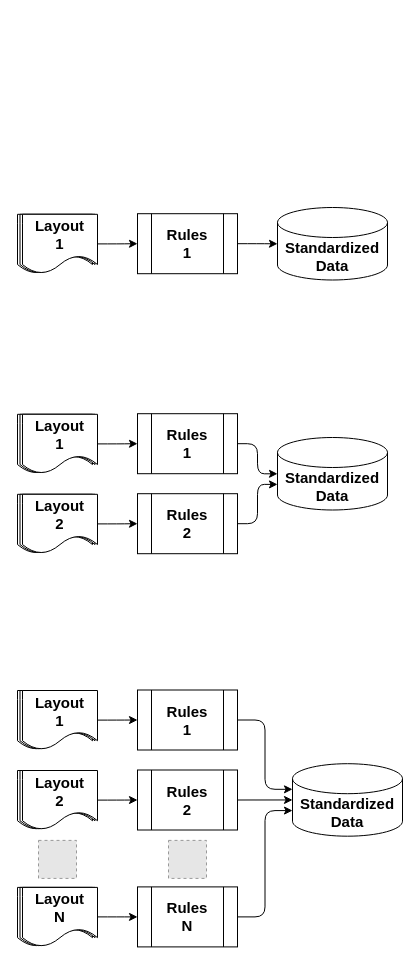
Before: page "Page-9" (9 of 9) of Images/OCR_Flow.drawio in amajor/research-in-cs-course-project, a draw.io diagram. Source tidied: cells renumbered, new cells numbered last; positions are measured from the earlier drawing's top-left corner, leaving out a move shared by most shapes. Both pictures are drawn from the tidied source at 100%, with x=0, y=0 at pixel (17, 207). Pictures stored in the file or linked from it are replaced by grey dashed boxes.
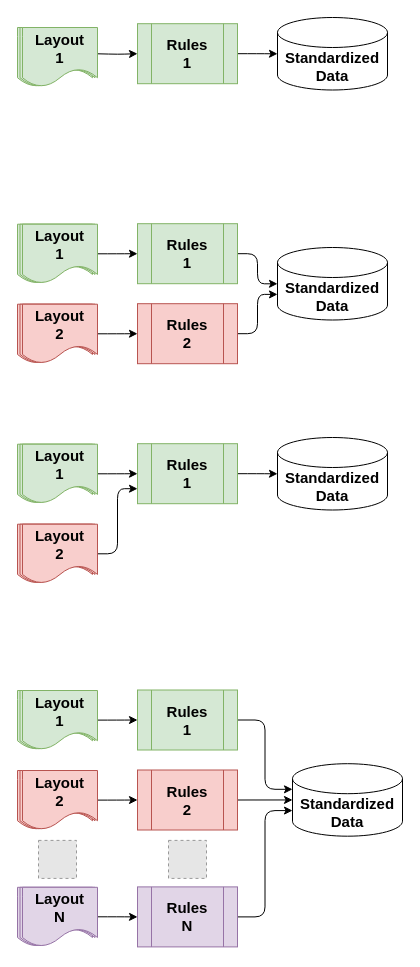
Above is the later version.

Change to the diagram source:
```diff
@@
-    <mxCell id="2" style="group;" parent="1" vertex="1">
-      <mxGeometry y="3.8" width="80" height="65" as="geometry" />
-    </mxCell>
-    <mxCell id="3" style="shape=document;whiteSpace=wrap;html=1;boundedLbl=1;" parent="2" vertex="1">
-      <mxGeometry y="3" width="75" height="59.1" as="geometry" />
-    </mxCell>
-    <mxCell id="4" style="shape=document;whiteSpace=wrap;html=1;boundedLbl=1;" parent="2" vertex="1">
-      <mxGeometry x="2.5" y="3" width="75" height="59.1" as="geometry" />
-    </mxCell>
-    <mxCell id="5" value="&lt;b style=&quot;font-size: 15px&quot;&gt;Layout&lt;br&gt;1&lt;/b&gt;" style="shape=document;whiteSpace=wrap;html=1;boundedLbl=1;" parent="2" vertex="1">
-      <mxGeometry x="5" y="3" width="75" height="59.1" as="geometry" />
-    </mxCell>
@@
-    <mxCell id="7" value="&lt;font style=&quot;font-size: 15px&quot;&gt;&lt;b&gt;Rules&lt;br&gt;1&lt;/b&gt;&lt;/font&gt;" style="verticalLabelPosition=middle;verticalAlign=middle;html=1;shape=process;whiteSpace=wrap;rounded=0;size=0.14;arcSize=6;sketch=0;labelPosition=center;align=center;" parent="1" vertex="1">
-      <mxGeometry x="120" y="6.2" width="100" height="60" as="geometry" />
+    <mxCell id="7" value="&lt;font style=&quot;font-size: 15px&quot;&gt;&lt;b&gt;Rules&lt;br&gt;1&lt;/b&gt;&lt;/font&gt;" style="verticalLabelPosition=middle;verticalAlign=middle;html=1;shape=process;whiteSpace=wrap;rounded=0;size=0.14;arcSize=6;sketch=0;labelPosition=center;align=center;fillColor=#d5e8d4;strokeColor=#82b366;" parent="1" vertex="1">
+      <mxGeometry x="120" y="-183.8" width="100" height="60" as="geometry" />
     </mxCell>
     <mxCell id="8" value="Standardized Data" style="shape=cylinder3;whiteSpace=wrap;html=1;boundedLbl=1;backgroundOutline=1;size=15;rounded=0;sketch=0;verticalAlign=middle;fontSize=15;fontStyle=1;" parent="1" vertex="1">
-      <mxGeometry x="260" width="110" height="72.5" as="geometry" />
+      <mxGeometry x="260" y="-190" width="110" height="72.5" as="geometry" />
     </mxCell>
-    <mxCell id="9" style="edgeStyle=orthogonalEdgeStyle;curved=0;rounded=1;sketch=0;jettySize=auto;html=1;fontSize=15;" parent="1" edge="1" source="5" target="7">
-      <mxGeometry relative="1" as="geometry" />
+    <mxCell id="9" style="edgeStyle=orthogonalEdgeStyle;curved=0;rounded=1;sketch=0;jettySize=auto;html=1;fontSize=15;" parent="1" edge="1" target="7">
+      <mxGeometry relative="1" as="geometry">
+        <mxPoint x="80" y="-153.7" as="sourcePoint" />
+      </mxGeometry>
     </mxCell>
-    <mxCell id="10" style="group;" parent="1" vertex="1">
-      <mxGeometry y="203.8" width="80" height="65" as="geometry" />
-    </mxCell>
-    <mxCell id="11" style="shape=document;whiteSpace=wrap;html=1;boundedLbl=1;" parent="10" vertex="1">
-      <mxGeometry y="3" width="75" height="59.1" as="geometry" />
-    </mxCell>
-    <mxCell id="12" style="shape=document;whiteSpace=wrap;html=1;boundedLbl=1;" parent="10" vertex="1">
-      <mxGeometry x="2.5" y="3" width="75" height="59.1" as="geometry" />
-    </mxCell>
-    <mxCell id="13" value="&lt;b style=&quot;font-size: 15px&quot;&gt;Layout&lt;br&gt;1&lt;/b&gt;" style="shape=document;whiteSpace=wrap;html=1;boundedLbl=1;" parent="10" vertex="1">
-      <mxGeometry x="5" y="3" width="75" height="59.1" as="geometry" />
-    </mxCell>
@@
-    <mxCell id="15" value="&lt;font style=&quot;font-size: 15px&quot;&gt;&lt;b&gt;Rules&lt;br&gt;1&lt;/b&gt;&lt;/font&gt;" style="verticalLabelPosition=middle;verticalAlign=middle;html=1;shape=process;whiteSpace=wrap;rounded=0;size=0.14;arcSize=6;sketch=0;labelPosition=center;align=center;" parent="1" vertex="1">
-      <mxGeometry x="120" y="206.2" width="100" height="60" as="geometry" />
+    <mxCell id="15" value="&lt;font style=&quot;font-size: 15px&quot;&gt;&lt;b&gt;Rules&lt;br&gt;1&lt;/b&gt;&lt;/font&gt;" style="verticalLabelPosition=middle;verticalAlign=middle;html=1;shape=process;whiteSpace=wrap;rounded=0;size=0.14;arcSize=6;sketch=0;labelPosition=center;align=center;fillColor=#d5e8d4;strokeColor=#82b366;" parent="1" vertex="1">
+      <mxGeometry x="120" y="16.2" width="100" height="60" as="geometry" />
     </mxCell>
     <mxCell id="16" value="Standardized Data" style="shape=cylinder3;whiteSpace=wrap;html=1;boundedLbl=1;backgroundOutline=1;size=15;rounded=0;sketch=0;verticalAlign=middle;fontSize=15;fontStyle=1;" parent="1" vertex="1">
-      <mxGeometry x="260" y="230" width="110" height="72.5" as="geometry" />
+      <mxGeometry x="260" y="40" width="110" height="72.5" as="geometry" />
     </mxCell>
@@
-    <mxCell id="18" style="group;" parent="1" vertex="1">
-      <mxGeometry y="283.8" width="80" height="65" as="geometry" />
-    </mxCell>
-    <mxCell id="19" style="shape=document;whiteSpace=wrap;html=1;boundedLbl=1;" parent="18" vertex="1">
-      <mxGeometry y="3" width="75" height="59.1" as="geometry" />
-    </mxCell>
-    <mxCell id="20" style="shape=document;whiteSpace=wrap;html=1;boundedLbl=1;" parent="18" vertex="1">
-      <mxGeometry x="2.5" y="3" width="75" height="59.1" as="geometry" />
-    </mxCell>
-    <mxCell id="21" value="&lt;b style=&quot;font-size: 15px&quot;&gt;Layout&lt;br&gt;2&lt;br&gt;&lt;/b&gt;" style="shape=document;whiteSpace=wrap;html=1;boundedLbl=1;" parent="18" vertex="1">
-      <mxGeometry x="5" y="3" width="75" height="59.1" as="geometry" />
-    </mxCell>
@@
-    <mxCell id="23" value="&lt;font style=&quot;font-size: 15px&quot;&gt;&lt;b&gt;Rules&lt;br&gt;2&lt;br&gt;&lt;/b&gt;&lt;/font&gt;" style="verticalLabelPosition=middle;verticalAlign=middle;html=1;shape=process;whiteSpace=wrap;rounded=0;size=0.14;arcSize=6;sketch=0;labelPosition=center;align=center;" parent="1" vertex="1">
-      <mxGeometry x="120" y="286.2" width="100" height="60" as="geometry" />
+    <mxCell id="23" value="&lt;font style=&quot;font-size: 15px&quot;&gt;&lt;b&gt;Rules&lt;br&gt;2&lt;br&gt;&lt;/b&gt;&lt;/font&gt;" style="verticalLabelPosition=middle;verticalAlign=middle;html=1;shape=process;whiteSpace=wrap;rounded=0;size=0.14;arcSize=6;sketch=0;labelPosition=center;align=center;fillColor=#f8cecc;strokeColor=#b85450;" parent="1" vertex="1">
+      <mxGeometry x="120" y="96.2" width="100" height="60" as="geometry" />
     </mxCell>
@@
-    <mxCell id="25" style="group;" parent="1" vertex="1">
-      <mxGeometry y="480" width="80" height="65" as="geometry" />
-    </mxCell>
-    <mxCell id="26" style="shape=document;whiteSpace=wrap;html=1;boundedLbl=1;" parent="25" vertex="1">
-      <mxGeometry y="3" width="75" height="59.1" as="geometry" />
-    </mxCell>
-    <mxCell id="27" style="shape=document;whiteSpace=wrap;html=1;boundedLbl=1;" parent="25" vertex="1">
-      <mxGeometry x="2.5" y="3" width="75" height="59.1" as="geometry" />
-    </mxCell>
-    <mxCell id="28" value="&lt;b style=&quot;font-size: 15px&quot;&gt;Layout&lt;br&gt;1&lt;/b&gt;" style="shape=document;whiteSpace=wrap;html=1;boundedLbl=1;" parent="25" vertex="1">
-      <mxGeometry x="5" y="3" width="75" height="59.1" as="geometry" />
-    </mxCell>
@@
-    <mxCell id="30" value="&lt;font style=&quot;font-size: 15px&quot;&gt;&lt;b&gt;Rules&lt;br&gt;1&lt;/b&gt;&lt;/font&gt;" style="verticalLabelPosition=middle;verticalAlign=middle;html=1;shape=process;whiteSpace=wrap;rounded=0;size=0.14;arcSize=6;sketch=0;labelPosition=center;align=center;" parent="1" vertex="1">
+    <mxCell id="30" value="&lt;font style=&quot;font-size: 15px&quot;&gt;&lt;b&gt;Rules&lt;br&gt;1&lt;/b&gt;&lt;/font&gt;" style="verticalLabelPosition=middle;verticalAlign=middle;html=1;shape=process;whiteSpace=wrap;rounded=0;size=0.14;arcSize=6;sketch=0;labelPosition=center;align=center;fillColor=#d5e8d4;strokeColor=#82b366;" parent="1" vertex="1">
       <mxGeometry x="120" y="482.5" width="100" height="60" as="geometry" />
     </mxCell>
@@
-    <mxCell id="33" style="group;" parent="1" vertex="1">
-      <mxGeometry y="560" width="80" height="65" as="geometry" />
-    </mxCell>
-    <mxCell id="34" style="shape=document;whiteSpace=wrap;html=1;boundedLbl=1;" parent="33" vertex="1">
-      <mxGeometry y="3" width="75" height="59.1" as="geometry" />
-    </mxCell>
-    <mxCell id="35" style="shape=document;whiteSpace=wrap;html=1;boundedLbl=1;" parent="33" vertex="1">
-      <mxGeometry x="2.5" y="3" width="75" height="59.1" as="geometry" />
-    </mxCell>
-    <mxCell id="36" value="&lt;b style=&quot;font-size: 15px&quot;&gt;Layout&lt;br&gt;2&lt;br&gt;&lt;/b&gt;" style="shape=document;whiteSpace=wrap;html=1;boundedLbl=1;" parent="33" vertex="1">
-      <mxGeometry x="5" y="3" width="75" height="59.1" as="geometry" />
-    </mxCell>
@@
-    <mxCell id="38" value="&lt;font style=&quot;font-size: 15px&quot;&gt;&lt;b&gt;Rules&lt;br&gt;2&lt;br&gt;&lt;/b&gt;&lt;/font&gt;" style="verticalLabelPosition=middle;verticalAlign=middle;html=1;shape=process;whiteSpace=wrap;rounded=0;size=0.14;arcSize=6;sketch=0;labelPosition=center;align=center;" parent="1" vertex="1">
+    <mxCell id="38" value="&lt;font style=&quot;font-size: 15px&quot;&gt;&lt;b&gt;Rules&lt;br&gt;2&lt;br&gt;&lt;/b&gt;&lt;/font&gt;" style="verticalLabelPosition=middle;verticalAlign=middle;html=1;shape=process;whiteSpace=wrap;rounded=0;size=0.14;arcSize=6;sketch=0;labelPosition=center;align=center;fillColor=#f8cecc;strokeColor=#b85450;" parent="1" vertex="1">
       <mxGeometry x="120" y="562.5" width="100" height="60" as="geometry" />
     </mxCell>
@@
-    <mxCell id="40" style="group;" parent="1" vertex="1">
-      <mxGeometry y="676.9" width="80" height="65" as="geometry" />
-    </mxCell>
-    <mxCell id="41" style="shape=document;whiteSpace=wrap;html=1;boundedLbl=1;" parent="40" vertex="1">
-      <mxGeometry y="3" width="75" height="59.1" as="geometry" />
-    </mxCell>
-    <mxCell id="42" style="shape=document;whiteSpace=wrap;html=1;boundedLbl=1;" parent="40" vertex="1">
-      <mxGeometry x="2.5" y="3" width="75" height="59.1" as="geometry" />
-    </mxCell>
-    <mxCell id="43" value="&lt;b style=&quot;font-size: 15px&quot;&gt;Layout&lt;br&gt;N&lt;br&gt;&lt;/b&gt;" style="shape=document;whiteSpace=wrap;html=1;boundedLbl=1;" parent="40" vertex="1">
-      <mxGeometry x="5" y="3" width="75" height="59.1" as="geometry" />
-    </mxCell>
@@
-    <mxCell id="45" value="&lt;font style=&quot;font-size: 15px&quot;&gt;&lt;b&gt;Rules&lt;br&gt;N&lt;br&gt;&lt;/b&gt;&lt;/font&gt;" style="verticalLabelPosition=middle;verticalAlign=middle;html=1;shape=process;whiteSpace=wrap;rounded=0;size=0.14;arcSize=6;sketch=0;labelPosition=center;align=center;" parent="1" vertex="1">
+    <mxCell id="45" value="&lt;font style=&quot;font-size: 15px&quot;&gt;&lt;b&gt;Rules&lt;br&gt;N&lt;br&gt;&lt;/b&gt;&lt;/font&gt;" style="verticalLabelPosition=middle;verticalAlign=middle;html=1;shape=process;whiteSpace=wrap;rounded=0;size=0.14;arcSize=6;sketch=0;labelPosition=center;align=center;fillColor=#e1d5e7;strokeColor=#9673a6;" parent="1" vertex="1">
       <mxGeometry x="120" y="679.4" width="100" height="60" as="geometry" />
     </mxCell>
@@
+    <mxCell id="49" style="edgeStyle=orthogonalEdgeStyle;curved=0;rounded=1;sketch=0;jettySize=auto;html=1;fontSize=15;" parent="1" edge="1" source="50" target="51">
+      <mxGeometry relative="1" as="geometry" />
+    </mxCell>
+    <mxCell id="50" value="&lt;font style=&quot;font-size: 15px&quot;&gt;&lt;b&gt;Rules&lt;br&gt;1&lt;/b&gt;&lt;/font&gt;" style="verticalLabelPosition=middle;verticalAlign=middle;html=1;shape=process;whiteSpace=wrap;rounded=0;size=0.14;arcSize=6;sketch=0;labelPosition=center;align=center;fillColor=#d5e8d4;strokeColor=#82b366;" parent="1" vertex="1">
+      <mxGeometry x="120" y="236.2" width="100" height="60" as="geometry" />
+    </mxCell>
+    <mxCell id="51" value="Standardized Data" style="shape=cylinder3;whiteSpace=wrap;html=1;boundedLbl=1;backgroundOutline=1;size=15;rounded=0;sketch=0;verticalAlign=middle;fontSize=15;fontStyle=1;" parent="1" vertex="1">
+      <mxGeometry x="260" y="230" width="110" height="72.5" as="geometry" />
+    </mxCell>
+    <mxCell id="52" style="edgeStyle=orthogonalEdgeStyle;curved=0;rounded=1;sketch=0;jettySize=auto;html=1;fontSize=15;" parent="1" edge="1" source="57" target="50">
+      <mxGeometry relative="1" as="geometry" />
+    </mxCell>
+    <mxCell id="53" style="edgeStyle=orthogonalEdgeStyle;curved=0;rounded=1;sketch=0;jettySize=auto;html=1;fontSize=15;entryX=0;entryY=0.75;entryDx=0;entryDy=0;" parent="1" edge="1" source="65" target="50">
+      <mxGeometry relative="1" as="geometry" />
+    </mxCell>
+    <mxCell id="54" style="group;" parent="1" vertex="1">
+      <mxGeometry y="236.7" width="80" height="59.1" as="geometry" />
+    </mxCell>
+    <mxCell id="55" style="shape=document;whiteSpace=wrap;html=1;boundedLbl=1;fillColor=#d5e8d4;strokeColor=#82b366;" parent="54" vertex="1">
+      <mxGeometry width="75" height="59.1" as="geometry" />
+    </mxCell>
+    <mxCell id="56" style="shape=document;whiteSpace=wrap;html=1;boundedLbl=1;fillColor=#d5e8d4;strokeColor=#82b366;" parent="54" vertex="1">
+      <mxGeometry x="2.5" width="75" height="59.1" as="geometry" />
+    </mxCell>
+    <mxCell id="57" value="&lt;b style=&quot;font-size: 15px&quot;&gt;Layout&lt;br&gt;1&lt;/b&gt;" style="shape=document;whiteSpace=wrap;html=1;boundedLbl=1;fillColor=#d5e8d4;strokeColor=#82b366;" parent="54" vertex="1">
+      <mxGeometry x="5" width="75" height="59.1" as="geometry" />
+    </mxCell>
+    <mxCell id="58" style="group;" parent="1" vertex="1">
+      <mxGeometry y="-180" width="80" height="59.1" as="geometry" />
+    </mxCell>
+    <mxCell id="59" style="shape=document;whiteSpace=wrap;html=1;boundedLbl=1;fillColor=#d5e8d4;strokeColor=#82b366;" parent="58" vertex="1">
+      <mxGeometry width="75" height="59.1" as="geometry" />
+    </mxCell>
+    <mxCell id="60" style="shape=document;whiteSpace=wrap;html=1;boundedLbl=1;fillColor=#d5e8d4;strokeColor=#82b366;" parent="58" vertex="1">
+      <mxGeometry x="2.5" width="75" height="59.1" as="geometry" />
+    </mxCell>
+    <mxCell id="61" value="&lt;b style=&quot;font-size: 15px&quot;&gt;Layout&lt;br&gt;1&lt;/b&gt;" style="shape=document;whiteSpace=wrap;html=1;boundedLbl=1;fillColor=#d5e8d4;strokeColor=#82b366;" parent="58" vertex="1">
+      <mxGeometry x="5" width="75" height="59.1" as="geometry" />
+    </mxCell>
+    <mxCell id="62" style="group;" parent="1" vertex="1">
+      <mxGeometry y="316.7" width="80" height="59.1" as="geometry" />
+    </mxCell>
+    <mxCell id="63" style="shape=document;whiteSpace=wrap;html=1;boundedLbl=1;fillColor=#f8cecc;strokeColor=#b85450;" parent="62" vertex="1">
+      <mxGeometry width="75" height="59.1" as="geometry" />
+    </mxCell>
+    <mxCell id="64" style="shape=document;whiteSpace=wrap;html=1;boundedLbl=1;fillColor=#f8cecc;strokeColor=#b85450;" parent="62" vertex="1">
+      <mxGeometry x="2.5" width="75" height="59.1" as="geometry" />
+    </mxCell>
+    <mxCell id="65" value="&lt;b style=&quot;font-size: 15px&quot;&gt;Layout&lt;br&gt;2&lt;br&gt;&lt;/b&gt;" style="shape=document;whiteSpace=wrap;html=1;boundedLbl=1;fillColor=#f8cecc;strokeColor=#b85450;" parent="62" vertex="1">
+      <mxGeometry x="5" width="75" height="59.1" as="geometry" />
+    </mxCell>
+    <mxCell id="66" style="group;" parent="1" vertex="1">
+      <mxGeometry y="16.7" width="80" height="59.1" as="geometry" />
+    </mxCell>
+    <mxCell id="11" style="shape=document;whiteSpace=wrap;html=1;boundedLbl=1;fillColor=#d5e8d4;strokeColor=#82b366;" parent="66" vertex="1">
+      <mxGeometry width="75" height="59.1" as="geometry" />
+    </mxCell>
+    <mxCell id="12" style="shape=document;whiteSpace=wrap;html=1;boundedLbl=1;fillColor=#d5e8d4;strokeColor=#82b366;" parent="66" vertex="1">
+      <mxGeometry x="2.5" width="75" height="59.1" as="geometry" />
+    </mxCell>
+    <mxCell id="13" value="&lt;b style=&quot;font-size: 15px&quot;&gt;Layout&lt;br&gt;1&lt;/b&gt;" style="shape=document;whiteSpace=wrap;html=1;boundedLbl=1;fillColor=#d5e8d4;strokeColor=#82b366;" parent="66" vertex="1">
+      <mxGeometry x="5" width="75" height="59.1" as="geometry" />
+    </mxCell>
+    <mxCell id="67" style="group;" parent="1" vertex="1">
+      <mxGeometry y="96.7" width="80" height="59.1" as="geometry" />
+    </mxCell>
+    <mxCell id="19" style="shape=document;whiteSpace=wrap;html=1;boundedLbl=1;fillColor=#f8cecc;strokeColor=#b85450;" parent="67" vertex="1">
+      <mxGeometry width="75" height="59.1" as="geometry" />
+    </mxCell>
+    <mxCell id="20" style="shape=document;whiteSpace=wrap;html=1;boundedLbl=1;fillColor=#f8cecc;strokeColor=#b85450;" parent="67" vertex="1">
+      <mxGeometry x="2.5" width="75" height="59.1" as="geometry" />
+    </mxCell>
+    <mxCell id="21" value="&lt;b style=&quot;font-size: 15px&quot;&gt;Layout&lt;br&gt;2&lt;br&gt;&lt;/b&gt;" style="shape=document;whiteSpace=wrap;html=1;boundedLbl=1;fillColor=#f8cecc;strokeColor=#b85450;" parent="67" vertex="1">
+      <mxGeometry x="5" width="75" height="59.1" as="geometry" />
+    </mxCell>
+    <mxCell id="68" style="group;" parent="1" vertex="1">
+      <mxGeometry y="483" width="80" height="59.1" as="geometry" />
+    </mxCell>
+    <mxCell id="26" style="shape=document;whiteSpace=wrap;html=1;boundedLbl=1;fillColor=#d5e8d4;strokeColor=#82b366;" parent="68" vertex="1">
+      <mxGeometry width="75" height="59.1" as="geometry" />
+    </mxCell>
+    <mxCell id="27" style="shape=document;whiteSpace=wrap;html=1;boundedLbl=1;fillColor=#d5e8d4;strokeColor=#82b366;" parent="68" vertex="1">
+      <mxGeometry x="2.5" width="75" height="59.1" as="geometry" />
+    </mxCell>
+    <mxCell id="28" value="&lt;b style=&quot;font-size: 15px&quot;&gt;Layout&lt;br&gt;1&lt;/b&gt;" style="shape=document;whiteSpace=wrap;html=1;boundedLbl=1;fillColor=#d5e8d4;strokeColor=#82b366;" parent="68" vertex="1">
+      <mxGeometry x="5" width="75" height="59.1" as="geometry" />
+    </mxCell>
+    <mxCell id="69" style="group;" parent="1" vertex="1">
+      <mxGeometry y="563" width="80" height="59.1" as="geometry" />
+    </mxCell>
+    <mxCell id="34" style="shape=document;whiteSpace=wrap;html=1;boundedLbl=1;fillColor=#f8cecc;strokeColor=#b85450;" parent="69" vertex="1">
+      <mxGeometry width="75" height="59.1" as="geometry" />
+    </mxCell>
+    <mxCell id="35" style="shape=document;whiteSpace=wrap;html=1;boundedLbl=1;fillColor=#f8cecc;strokeColor=#b85450;" parent="69" vertex="1">
+      <mxGeometry x="2.5" width="75" height="59.1" as="geometry" />
+    </mxCell>
+    <mxCell id="36" value="&lt;b style=&quot;font-size: 15px&quot;&gt;Layout&lt;br&gt;2&lt;br&gt;&lt;/b&gt;" style="shape=document;whiteSpace=wrap;html=1;boundedLbl=1;fillColor=#f8cecc;strokeColor=#b85450;" parent="69" vertex="1">
+      <mxGeometry x="5" width="75" height="59.1" as="geometry" />
+    </mxCell>
+    <mxCell id="70" style="group;" parent="1" vertex="1">
+      <mxGeometry y="679.8" width="80" height="59.1" as="geometry" />
+    </mxCell>
+    <mxCell id="41" style="shape=document;whiteSpace=wrap;html=1;boundedLbl=1;fillColor=#e1d5e7;strokeColor=#9673a6;" parent="70" vertex="1">
+      <mxGeometry width="75" height="59.1" as="geometry" />
+    </mxCell>
+    <mxCell id="42" style="shape=document;whiteSpace=wrap;html=1;boundedLbl=1;fillColor=#e1d5e7;strokeColor=#9673a6;" parent="70" vertex="1">
+      <mxGeometry x="2.5" width="75" height="59.1" as="geometry" />
+    </mxCell>
+    <mxCell id="43" value="&lt;b style=&quot;font-size: 15px&quot;&gt;Layout&lt;br&gt;N&lt;br&gt;&lt;/b&gt;" style="shape=document;whiteSpace=wrap;html=1;boundedLbl=1;fillColor=#e1d5e7;strokeColor=#9673a6;" parent="70" vertex="1">
+      <mxGeometry x="5" width="75" height="59.1" as="geometry" />
+    </mxCell>
```
